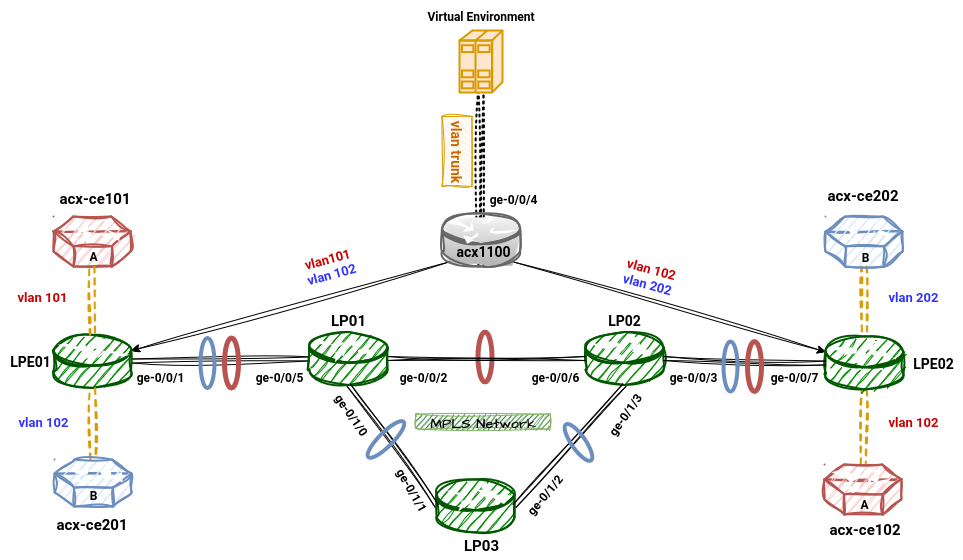
Earlier version of the draw.io export docs/juniper_ls/acx1100-mpls.drawio.png (NikolayDachev/ansible_junos). Source tidied: cells renumbered, new cells last; positions are measured from the earlier drawing's top-left corner, leaving out a move shared by most shapes.
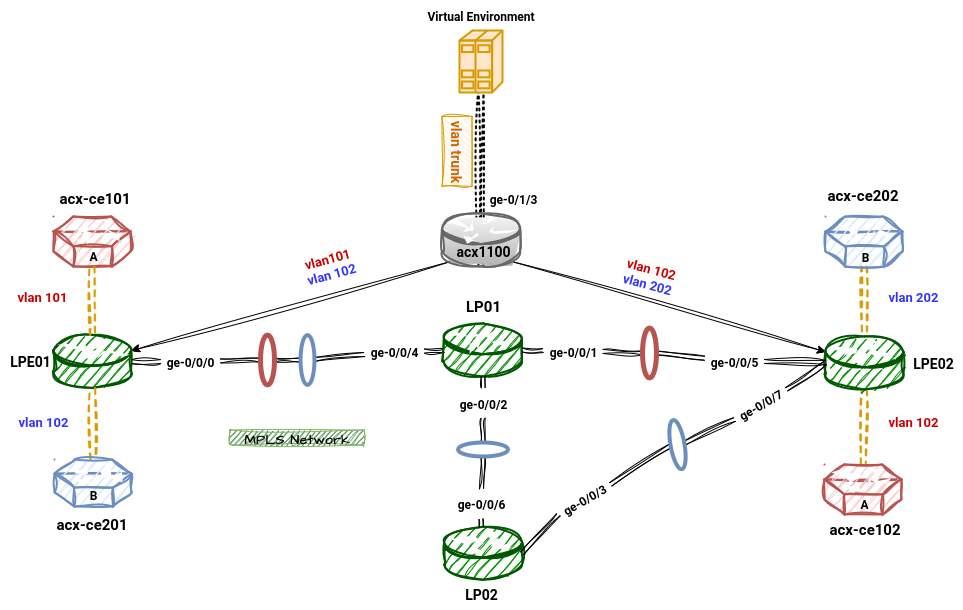
The same file after the commit.

Diff of the diagram source:
```diff
@@ -4,5 +4,2 @@
     <mxCell id="1" parent="0" />
-    <mxCell id="2" style="ellipse;whiteSpace=wrap;html=1;fillColor=none;strokeColor=#b85450;strokeWidth=5;" parent="1" vertex="1">
-      <mxGeometry x="477.5" y="331.5" width="14" height="50" as="geometry" />
-    </mxCell>
     <mxCell id="3" style="edgeStyle=none;shape=link;rounded=0;jettySize=auto;html=1;exitX=0.5;exitY=1;exitDx=0;exitDy=0;exitPerimeter=0;dashed=1;strokeWidth=2;dashPattern=1 2;sketch=1;curveFitting=1;jiggle=2;" parent="1" edge="1" source="6">
@@ -21,3 +18,3 @@
     </mxCell>
-    <mxCell id="7" style="shape=link;rounded=0;jettySize=auto;html=1;sketch=1;curveFitting=1;jiggle=2;fillColor=#a0522d;strokeColor=#000000;strokeWidth=1;" parent="1" edge="1" source="8" target="12">
+    <mxCell id="7" style="shape=link;rounded=0;jettySize=auto;html=1;sketch=1;curveFitting=1;jiggle=2;fillColor=#a0522d;strokeColor=#000000;strokeWidth=1;" parent="1" edge="1" source="19" target="12">
       <mxGeometry relative="1" as="geometry" />
@@ -33,9 +30,6 @@
     <mxCell id="10" style="shape=mxgraph.cisco.routers.router;sketch=1;html=1;dashed=0;fillColor=#008a00;strokeColor=#005700;strokeWidth=2;verticalLabelPosition=bottom;verticalAlign=top;align=center;outlineConnect=0;fontColor=#ffffff;curveFitting=1;jiggle=2;" parent="1" vertex="1">
-      <mxGeometry x="585" y="331.5" width="78" height="53" as="geometry" />
+      <mxGeometry x="443.5" y="526.2" width="78" height="53" as="geometry" />
     </mxCell>
-    <mxCell id="11" style="edgeStyle=orthogonalEdgeStyle;shape=link;rounded=0;jettySize=auto;html=1;exitX=1;exitY=0.5;exitDx=0;exitDy=0;exitPerimeter=0;sketch=1;curveFitting=1;jiggle=2;fillColor=#e51400;strokeColor=#000000;strokeWidth=1;" parent="1" edge="1" source="12" target="10">
-      <mxGeometry relative="1" as="geometry" />
-    </mxCell>
     <mxCell id="12" style="shape=mxgraph.cisco.routers.router;sketch=1;html=1;dashed=0;fillColor=#008a00;strokeColor=#005700;strokeWidth=2;verticalLabelPosition=bottom;verticalAlign=top;align=center;outlineConnect=0;fontColor=#ffffff;curveFitting=1;jiggle=2;" parent="1" vertex="1">
-      <mxGeometry x="309" y="331.5" width="78" height="53" as="geometry" />
+      <mxGeometry x="443.5" y="323" width="78" height="53" as="geometry" />
     </mxCell>
@@ -50,28 +44,10 @@
     </mxCell>
-    <mxCell id="16" value="ge-0/0/1" style="text;strokeColor=none;align=center;fillColor=none;html=1;verticalAlign=middle;whiteSpace=wrap;rounded=0;fontStyle=1;rotation=0;sketch=1;curveFitting=1;jiggle=2;" parent="1" vertex="1">
-      <mxGeometry x="130" y="361" width="60" height="30" as="geometry" />
-    </mxCell>
-    <mxCell id="17" value="ge-0/0/2" style="text;strokeColor=none;align=center;fillColor=none;html=1;verticalAlign=middle;whiteSpace=wrap;rounded=0;fontStyle=1;sketch=1;curveFitting=1;jiggle=2;" parent="1" vertex="1">
-      <mxGeometry x="392.5" y="361" width="60" height="30" as="geometry" />
-    </mxCell>
-    <mxCell id="18" value="ge-0/0/6" style="text;strokeColor=none;align=center;fillColor=none;html=1;verticalAlign=middle;whiteSpace=wrap;rounded=0;fontStyle=1;sketch=1;curveFitting=1;jiggle=2;" parent="1" vertex="1">
-      <mxGeometry x="525" y="361" width="60" height="30" as="geometry" />
-    </mxCell>
-    <mxCell id="19" value="ge-0/0/5" style="text;strokeColor=none;align=center;fillColor=none;html=1;verticalAlign=middle;whiteSpace=wrap;rounded=0;fontStyle=1;rotation=0;sketch=1;curveFitting=1;jiggle=2;" parent="1" vertex="1">
-      <mxGeometry x="249" y="361" width="60" height="30" as="geometry" />
-    </mxCell>
-    <mxCell id="20" style="edgeStyle=none;shape=link;rounded=0;jettySize=auto;html=1;exitX=1;exitY=0.5;exitDx=0;exitDy=0;exitPerimeter=0;entryX=0;entryY=0.5;entryDx=0;entryDy=0;entryPerimeter=0;sketch=1;curveFitting=1;jiggle=2;fillColor=#a0522d;strokeColor=#000000;strokeWidth=1;" parent="1" edge="1" source="10" target="14">
+    <mxCell id="20" style="edgeStyle=none;shape=link;rounded=0;jettySize=auto;html=1;exitX=1;exitY=0.5;exitDx=0;exitDy=0;exitPerimeter=0;entryX=0;entryY=0.5;entryDx=0;entryDy=0;entryPerimeter=0;sketch=1;curveFitting=1;jiggle=2;fillColor=#a0522d;strokeColor=#000000;strokeWidth=1;" parent="1" edge="1" source="22" target="14">
       <mxGeometry relative="1" as="geometry" />
     </mxCell>
-    <mxCell id="21" value="ge-0/0/3" style="text;strokeColor=none;align=center;fillColor=none;html=1;verticalAlign=middle;whiteSpace=wrap;rounded=0;fontStyle=1;rotation=0;sketch=1;curveFitting=1;jiggle=2;" parent="1" vertex="1">
-      <mxGeometry x="663" y="361" width="60" height="30" as="geometry" />
-    </mxCell>
-    <mxCell id="22" value="ge-0/0/7" style="text;strokeColor=none;align=center;fillColor=none;html=1;verticalAlign=middle;whiteSpace=wrap;rounded=0;fontStyle=1;rotation=0;sketch=1;curveFitting=1;jiggle=2;" parent="1" vertex="1">
-      <mxGeometry x="764" y="361" width="60" height="30" as="geometry" />
-    </mxCell>
     <mxCell id="23" value="&lt;font size=&quot;1&quot;&gt;&lt;b style=&quot;font-size: 14px;&quot;&gt;LP02&lt;/b&gt;&lt;/font&gt;" style="text;strokeColor=none;align=center;fillColor=none;html=1;verticalAlign=middle;whiteSpace=wrap;rounded=0;sketch=1;curveFitting=1;jiggle=2;" parent="1" vertex="1">
-      <mxGeometry x="594" y="304.5" width="60" height="30" as="geometry" />
+      <mxGeometry x="450.5" y="579.2" width="60" height="30" as="geometry" />
     </mxCell>
     <mxCell id="24" value="&lt;font size=&quot;1&quot;&gt;&lt;b style=&quot;font-size: 15px;&quot;&gt;LP01&lt;/b&gt;&lt;/font&gt;" style="text;strokeColor=none;align=center;fillColor=none;html=1;verticalAlign=middle;whiteSpace=wrap;rounded=0;sketch=1;curveFitting=1;jiggle=2;" parent="1" vertex="1">
-      <mxGeometry x="318" y="304.5" width="60" height="30" as="geometry" />
+      <mxGeometry x="452.5" y="291" width="60" height="30" as="geometry" />
     </mxCell>
@@ -83,3 +59,3 @@
     </mxCell>
-    <mxCell id="27" value="ge-0/0/4" style="text;strokeColor=none;align=center;fillColor=none;html=1;verticalAlign=middle;whiteSpace=wrap;rounded=0;fontStyle=1;sketch=1;curveFitting=1;jiggle=2;" parent="1" vertex="1">
+    <mxCell id="27" value="ge-0/1/3" style="text;strokeColor=none;align=center;fillColor=none;html=1;verticalAlign=middle;whiteSpace=wrap;rounded=0;fontStyle=1;sketch=1;curveFitting=1;jiggle=2;" parent="1" vertex="1">
       <mxGeometry x="482.5" y="183" width="60" height="30" as="geometry" />
@@ -131,47 +107,5 @@
     </mxCell>
-    <mxCell id="43" style="shape=mxgraph.cisco.routers.router;sketch=1;html=1;dashed=0;fillColor=#008a00;strokeColor=#005700;strokeWidth=2;verticalLabelPosition=bottom;verticalAlign=top;align=center;outlineConnect=0;fontColor=#ffffff;curveFitting=1;jiggle=2;" parent="1" vertex="1">
-      <mxGeometry x="436" y="479" width="78" height="53" as="geometry" />
-    </mxCell>
-    <mxCell id="44" value="&lt;font size=&quot;1&quot;&gt;&lt;b style=&quot;font-size: 15px;&quot;&gt;LP03&lt;/b&gt;&lt;/font&gt;" style="text;strokeColor=none;align=center;fillColor=none;html=1;verticalAlign=middle;whiteSpace=wrap;rounded=0;sketch=1;curveFitting=1;jiggle=2;" parent="1" vertex="1">
-      <mxGeometry x="450.5" y="530" width="60" height="30" as="geometry" />
-    </mxCell>
-    <mxCell id="45" style="edgeStyle=none;shape=link;rounded=0;sketch=1;hachureGap=4;jiggle=2;curveFitting=1;jettySize=auto;html=1;exitX=0;exitY=0.5;exitDx=0;exitDy=0;exitPerimeter=0;fontFamily=Architects Daughter;fontSource=https%3A%2F%2Ffonts.googleapis.com%2Fcss%3Ffamily%3DArchitects%2BDaughter;fontSize=16;entryX=0.5;entryY=1;entryDx=0;entryDy=0;entryPerimeter=0;fillColor=#6d8764;strokeColor=#000000;strokeWidth=1;" parent="1" edge="1" source="43" target="12">
-      <mxGeometry relative="1" as="geometry" />
-    </mxCell>
-    <mxCell id="46" style="edgeStyle=none;shape=link;rounded=0;sketch=1;hachureGap=4;jiggle=2;curveFitting=1;jettySize=auto;html=1;exitX=1;exitY=0.5;exitDx=0;exitDy=0;exitPerimeter=0;fontFamily=Architects Daughter;fontSource=https%3A%2F%2Ffonts.googleapis.com%2Fcss%3Ffamily%3DArchitects%2BDaughter;fontSize=16;entryX=0.5;entryY=1;entryDx=0;entryDy=0;entryPerimeter=0;fillColor=#6d8764;strokeColor=#000000;strokeWidth=1;" parent="1" edge="1" source="43" target="10">
-      <mxGeometry relative="1" as="geometry" />
-    </mxCell>
     <mxCell id="47" value="&lt;b&gt;&lt;font style=&quot;font-size: 14px;&quot;&gt;MPLS Network&lt;/font&gt;&lt;/b&gt;" style="rounded=1;whiteSpace=wrap;html=1;sketch=1;hachureGap=4;jiggle=2;curveFitting=1;fontFamily=Architects Daughter;fontSource=https%3A%2F%2Ffonts.googleapis.com%2Fcss%3Ffamily%3DArchitects%2BDaughter;fontSize=20;fillColor=#006600;strokeColor=#82b366;" parent="1" vertex="1">
-      <mxGeometry x="415" y="413.5" width="135" height="15" as="geometry" />
+      <mxGeometry x="229" y="429.5" width="135" height="15" as="geometry" />
     </mxCell>
-    <mxCell id="48" value="ge-0/1/0" style="text;strokeColor=none;align=center;fillColor=none;html=1;verticalAlign=middle;whiteSpace=wrap;rounded=0;fontStyle=1;rotation=55;sketch=1;curveFitting=1;jiggle=2;" parent="1" vertex="1">
-      <mxGeometry x="321.5" y="398.5" width="60" height="30" as="geometry" />
-    </mxCell>
-    <mxCell id="49" value="ge-0/1/1" style="text;strokeColor=none;align=center;fillColor=none;html=1;verticalAlign=middle;whiteSpace=wrap;rounded=0;fontStyle=1;rotation=60;sketch=1;curveFitting=1;jiggle=2;" parent="1" vertex="1">
-      <mxGeometry x="381.5" y="474" width="60" height="30" as="geometry" />
-    </mxCell>
-    <mxCell id="50" value="ge-0/1/2" style="text;strokeColor=none;align=center;fillColor=none;html=1;verticalAlign=middle;whiteSpace=wrap;rounded=0;fontStyle=1;rotation=-50;sketch=1;curveFitting=1;jiggle=2;" parent="1" vertex="1">
-      <mxGeometry x="514" y="479" width="60" height="30" as="geometry" />
-    </mxCell>
-    <mxCell id="51" value="ge-0/1/3" style="text;strokeColor=none;align=center;fillColor=none;html=1;verticalAlign=middle;whiteSpace=wrap;rounded=0;fontStyle=1;rotation=-55;sketch=1;curveFitting=1;jiggle=2;" parent="1" vertex="1">
-      <mxGeometry x="594" y="398.5" width="60" height="30" as="geometry" />
-    </mxCell>
-    <mxCell id="52" style="ellipse;whiteSpace=wrap;html=1;fillColor=none;strokeColor=#6c8ebf;strokeWidth=4;rotation=-35;" parent="1" vertex="1">
-      <mxGeometry x="571" y="420" width="14" height="44" as="geometry" />
-    </mxCell>
-    <mxCell id="53" style="ellipse;whiteSpace=wrap;html=1;fillColor=none;strokeColor=#6c8ebf;strokeWidth=4;" parent="1" vertex="1">
-      <mxGeometry x="200" y="337.5" width="14" height="50" as="geometry" />
-    </mxCell>
-    <mxCell id="54" style="ellipse;whiteSpace=wrap;html=1;fillColor=none;strokeColor=#b85450;strokeWidth=5;" parent="1" vertex="1">
-      <mxGeometry x="224" y="337.5" width="14" height="50" as="geometry" />
-    </mxCell>
-    <mxCell id="55" style="ellipse;whiteSpace=wrap;html=1;fillColor=none;strokeColor=#6c8ebf;strokeWidth=4;" parent="1" vertex="1">
-      <mxGeometry x="723" y="341" width="14" height="50" as="geometry" />
-    </mxCell>
-    <mxCell id="56" style="ellipse;whiteSpace=wrap;html=1;fillColor=none;strokeColor=#b85450;strokeWidth=5;" parent="1" vertex="1">
-      <mxGeometry x="747" y="341" width="14" height="50" as="geometry" />
-    </mxCell>
-    <mxCell id="57" style="ellipse;whiteSpace=wrap;html=1;fillColor=none;strokeColor=#6c8ebf;strokeWidth=4;rotation=45;" parent="1" vertex="1">
-      <mxGeometry x="378.5" y="414" width="14" height="50" as="geometry" />
-    </mxCell>
     <mxCell id="58" value="&lt;b&gt;B&lt;/b&gt;" style="text;strokeColor=none;align=center;fillColor=none;html=1;verticalAlign=middle;whiteSpace=wrap;rounded=0;strokeWidth=1;sketch=1;curveFitting=1;jiggle=2;" parent="1" vertex="1">
@@ -200,2 +134,86 @@
     </mxCell>
+    <mxCell id="66" style="shape=link;rounded=0;jettySize=auto;html=1;sketch=1;curveFitting=1;jiggle=2;fillColor=#a0522d;strokeColor=#000000;strokeWidth=1;exitX=1;exitY=0.5;exitDx=0;exitDy=0;exitPerimeter=0;" parent="1" edge="1" source="18" target="14">
+      <mxGeometry relative="1" as="geometry" />
+    </mxCell>
+    <mxCell id="67" style="shape=link;rounded=0;jettySize=auto;html=1;sketch=1;curveFitting=1;jiggle=2;fillColor=#a0522d;strokeColor=#000000;strokeWidth=1;exitX=0.5;exitY=1;exitDx=0;exitDy=0;exitPerimeter=0;" parent="1" edge="1" source="77" target="10">
+      <mxGeometry relative="1" as="geometry" />
+    </mxCell>
+    <mxCell id="68" style="shape=link;rounded=0;jettySize=auto;html=1;sketch=1;curveFitting=1;jiggle=2;fillColor=#a0522d;strokeColor=#000000;strokeWidth=1;exitX=1;exitY=0.5;exitDx=0;exitDy=0;exitPerimeter=0;" parent="1" edge="1" source="81" target="18">
+      <mxGeometry relative="1" as="geometry" />
+    </mxCell>
+    <mxCell id="18" value="ge-0/0/5" style="text;strokeColor=none;align=center;fillColor=none;html=1;verticalAlign=middle;whiteSpace=wrap;rounded=0;fontStyle=1;sketch=1;curveFitting=1;jiggle=2;" parent="1" vertex="1">
+      <mxGeometry x="704" y="346" width="60" height="30" as="geometry" />
+    </mxCell>
+    <mxCell id="69" style="edgeStyle=none;shape=link;rounded=0;jettySize=auto;html=1;exitX=1;exitY=0.5;exitDx=0;exitDy=0;exitPerimeter=0;entryX=0;entryY=0.5;entryDx=0;entryDy=0;entryPerimeter=0;sketch=1;curveFitting=1;jiggle=2;fillColor=#a0522d;strokeColor=#000000;strokeWidth=1;" parent="1" edge="1" source="79" target="22">
+      <mxGeometry relative="1" as="geometry" />
+    </mxCell>
+    <mxCell id="22" value="ge-0/0/7" style="text;strokeColor=none;align=center;fillColor=none;html=1;verticalAlign=middle;whiteSpace=wrap;rounded=0;fontStyle=1;rotation=-30;sketch=1;curveFitting=1;jiggle=2;" parent="1" vertex="1">
+      <mxGeometry x="730" y="389" width="60" height="30" as="geometry" />
+    </mxCell>
+    <mxCell id="70" style="edgeStyle=none;shape=link;rounded=0;jettySize=auto;html=1;exitX=1;exitY=0.5;exitDx=0;exitDy=0;exitPerimeter=0;entryX=0;entryY=0.5;entryDx=0;entryDy=0;entryPerimeter=0;sketch=1;curveFitting=1;jiggle=2;fillColor=#a0522d;strokeColor=#000000;strokeWidth=1;" parent="1" edge="1" source="10" target="21">
+      <mxGeometry relative="1" as="geometry" />
+    </mxCell>
+    <mxCell id="21" value="ge-0/0/3" style="text;strokeColor=none;align=center;fillColor=none;html=1;verticalAlign=middle;whiteSpace=wrap;rounded=0;fontStyle=1;rotation=-30;sketch=1;curveFitting=1;jiggle=2;" parent="1" vertex="1">
+      <mxGeometry x="554" y="484" width="60" height="30" as="geometry" />
+    </mxCell>
+    <mxCell id="71" style="shape=link;rounded=0;jettySize=auto;html=1;sketch=1;curveFitting=1;jiggle=2;fillColor=#a0522d;strokeColor=#000000;strokeWidth=1;exitX=1;exitY=0.5;exitDx=0;exitDy=0;exitPerimeter=0;" parent="1" edge="1" source="12" target="17">
+      <mxGeometry relative="1" as="geometry" />
+    </mxCell>
+    <mxCell id="17" value="ge-0/0/1" style="text;strokeColor=none;align=center;fillColor=none;html=1;verticalAlign=middle;whiteSpace=wrap;rounded=0;fontStyle=1;sketch=1;curveFitting=1;jiggle=2;" parent="1" vertex="1">
+      <mxGeometry x="542.5" y="336" width="60" height="30" as="geometry" />
+    </mxCell>
+    <mxCell id="72" style="shape=link;rounded=0;jettySize=auto;html=1;sketch=1;curveFitting=1;jiggle=2;fillColor=#a0522d;strokeColor=#000000;strokeWidth=1;" parent="1" edge="1" source="83" target="19">
+      <mxGeometry relative="1" as="geometry" />
+    </mxCell>
+    <mxCell id="19" value="ge-0/0/4" style="text;strokeColor=none;align=center;fillColor=none;html=1;verticalAlign=middle;whiteSpace=wrap;rounded=0;fontStyle=1;rotation=0;sketch=1;curveFitting=1;jiggle=2;" parent="1" vertex="1">
+      <mxGeometry x="364" y="336" width="60" height="30" as="geometry" />
+    </mxCell>
+    <mxCell id="73" style="shape=link;rounded=0;jettySize=auto;html=1;sketch=1;curveFitting=1;jiggle=2;fillColor=#a0522d;strokeColor=#000000;strokeWidth=1;" parent="1" edge="1" source="8" target="16">
+      <mxGeometry relative="1" as="geometry" />
+    </mxCell>
+    <mxCell id="16" value="ge-0/0/0" style="text;strokeColor=none;align=center;fillColor=none;html=1;verticalAlign=middle;whiteSpace=wrap;rounded=0;fontStyle=1;rotation=0;sketch=1;curveFitting=1;jiggle=2;" parent="1" vertex="1">
+      <mxGeometry x="160" y="346" width="60" height="30" as="geometry" />
+    </mxCell>
+    <mxCell id="74" style="shape=link;rounded=0;jettySize=auto;html=1;sketch=1;curveFitting=1;jiggle=2;fillColor=#a0522d;strokeColor=#000000;strokeWidth=1;exitX=0.5;exitY=1;exitDx=0;exitDy=0;exitPerimeter=0;" parent="1" edge="1" source="12" target="75">
+      <mxGeometry relative="1" as="geometry" />
+    </mxCell>
+    <mxCell id="75" value="ge-0/0/2" style="text;strokeColor=none;align=center;fillColor=none;html=1;verticalAlign=middle;whiteSpace=wrap;rounded=0;fontStyle=1;rotation=0;sketch=1;curveFitting=1;jiggle=2;" parent="1" vertex="1">
+      <mxGeometry x="452.5" y="387.5" width="60" height="30" as="geometry" />
+    </mxCell>
+    <mxCell id="76" style="shape=link;rounded=0;jettySize=auto;html=1;sketch=1;curveFitting=1;jiggle=2;fillColor=#a0522d;strokeColor=#000000;strokeWidth=1;exitX=1;exitY=0.5;exitDx=0;exitDy=0;" parent="1" edge="1" source="53" target="77">
+      <mxGeometry relative="1" as="geometry" />
+    </mxCell>
+    <mxCell id="77" value="ge-0/0/6" style="text;strokeColor=none;align=center;fillColor=none;html=1;verticalAlign=middle;whiteSpace=wrap;rounded=0;fontStyle=1;rotation=0;sketch=1;curveFitting=1;jiggle=2;" parent="1" vertex="1">
+      <mxGeometry x="450.5" y="488.2" width="60" height="30" as="geometry" />
+    </mxCell>
+    <mxCell id="78" style="edgeStyle=none;shape=link;rounded=0;jettySize=auto;html=1;exitX=1;exitY=0.5;exitDx=0;exitDy=0;exitPerimeter=0;entryX=0;entryY=0.5;entryDx=0;entryDy=0;entryPerimeter=0;sketch=1;curveFitting=1;jiggle=2;fillColor=#a0522d;strokeColor=#000000;strokeWidth=1;" parent="1" edge="1" source="21" target="79">
+      <mxGeometry relative="1" as="geometry" />
+    </mxCell>
+    <mxCell id="79" style="ellipse;whiteSpace=wrap;html=1;fillColor=none;strokeColor=#6c8ebf;strokeWidth=4;rotation=-10;" parent="1" vertex="1">
+      <mxGeometry x="670" y="419" width="14" height="50" as="geometry" />
+    </mxCell>
+    <mxCell id="80" style="shape=link;rounded=0;jettySize=auto;html=1;sketch=1;curveFitting=1;jiggle=2;fillColor=#a0522d;strokeColor=#000000;strokeWidth=1;exitX=1;exitY=0.5;exitDx=0;exitDy=0;exitPerimeter=0;" parent="1" edge="1" source="17" target="81">
+      <mxGeometry relative="1" as="geometry" />
+    </mxCell>
+    <mxCell id="81" style="ellipse;whiteSpace=wrap;html=1;fillColor=none;strokeColor=#b85450;strokeWidth=5;" parent="1" vertex="1">
+      <mxGeometry x="642" y="327.5" width="14" height="50" as="geometry" />
+    </mxCell>
+    <mxCell id="82" style="shape=link;rounded=0;jettySize=auto;html=1;sketch=1;curveFitting=1;jiggle=2;fillColor=#a0522d;strokeColor=#000000;strokeWidth=1;" parent="1" edge="1" source="85" target="83">
+      <mxGeometry relative="1" as="geometry" />
+    </mxCell>
+    <mxCell id="83" style="ellipse;whiteSpace=wrap;html=1;fillColor=none;strokeColor=#6c8ebf;strokeWidth=4;" parent="1" vertex="1">
+      <mxGeometry x="300" y="334.5" width="14" height="50" as="geometry" />
+    </mxCell>
+    <mxCell id="84" style="shape=link;rounded=0;jettySize=auto;html=1;sketch=1;curveFitting=1;jiggle=2;fillColor=#a0522d;strokeColor=#000000;strokeWidth=1;" parent="1" edge="1" source="16" target="85">
+      <mxGeometry relative="1" as="geometry" />
+    </mxCell>
+    <mxCell id="85" style="ellipse;whiteSpace=wrap;html=1;fillColor=none;strokeColor=#b85450;strokeWidth=5;" parent="1" vertex="1">
+      <mxGeometry x="260" y="334.5" width="14" height="50" as="geometry" />
+    </mxCell>
+    <mxCell id="86" style="shape=link;rounded=0;jettySize=auto;html=1;sketch=1;curveFitting=1;jiggle=2;fillColor=#a0522d;strokeColor=#000000;strokeWidth=1;exitX=0.5;exitY=1;exitDx=0;exitDy=0;exitPerimeter=0;" parent="1" edge="1" source="75" target="53">
+      <mxGeometry relative="1" as="geometry" />
+    </mxCell>
+    <mxCell id="53" style="ellipse;whiteSpace=wrap;html=1;fillColor=none;strokeColor=#6c8ebf;strokeWidth=4;rotation=90;" parent="1" vertex="1">
+      <mxGeometry x="475.5" y="424" width="14" height="50" as="geometry" />
+    </mxCell>
   </root>
```
